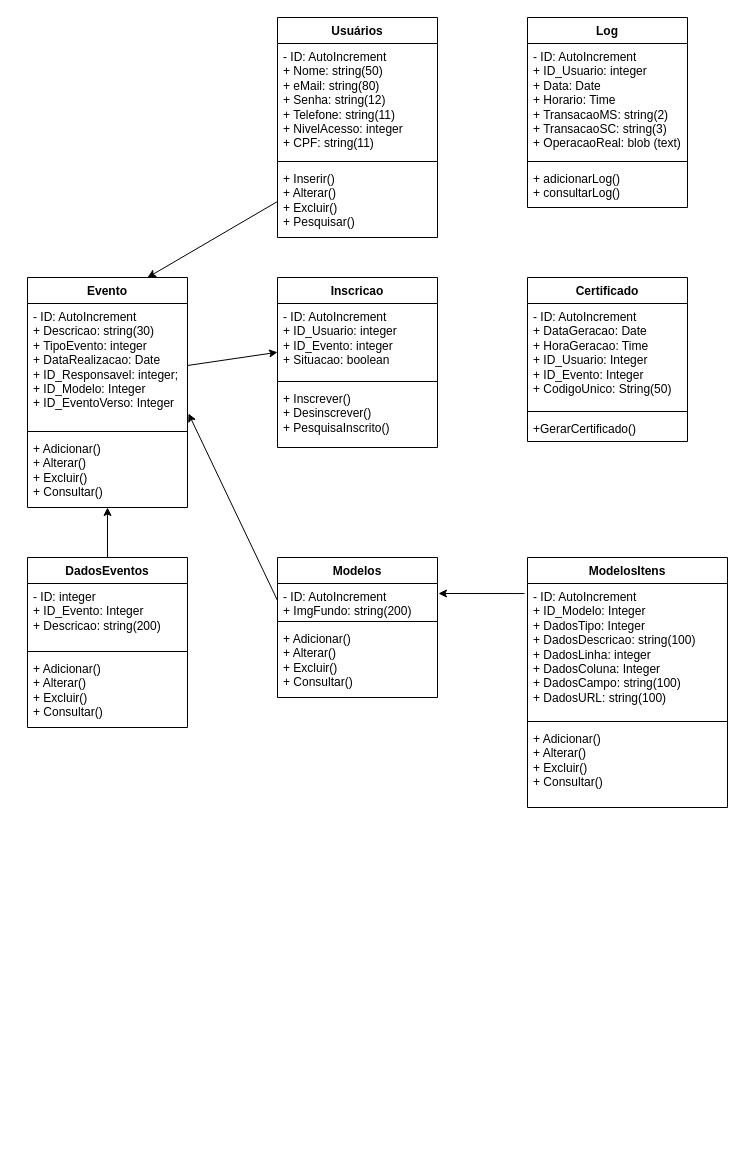
This is DiagramaClasses.drawio from DouglasRibeiro23/Certificados, a draw.io file, before an edit. Source tidied: cells renumbered, new cells numbered last; positions are measured from the earlier drawing's top-left corner, leaving out a move shared by most shapes. Both pictures are drawn from the tidied source at 100%, with x=0, y=0 at pixel (27, 17).
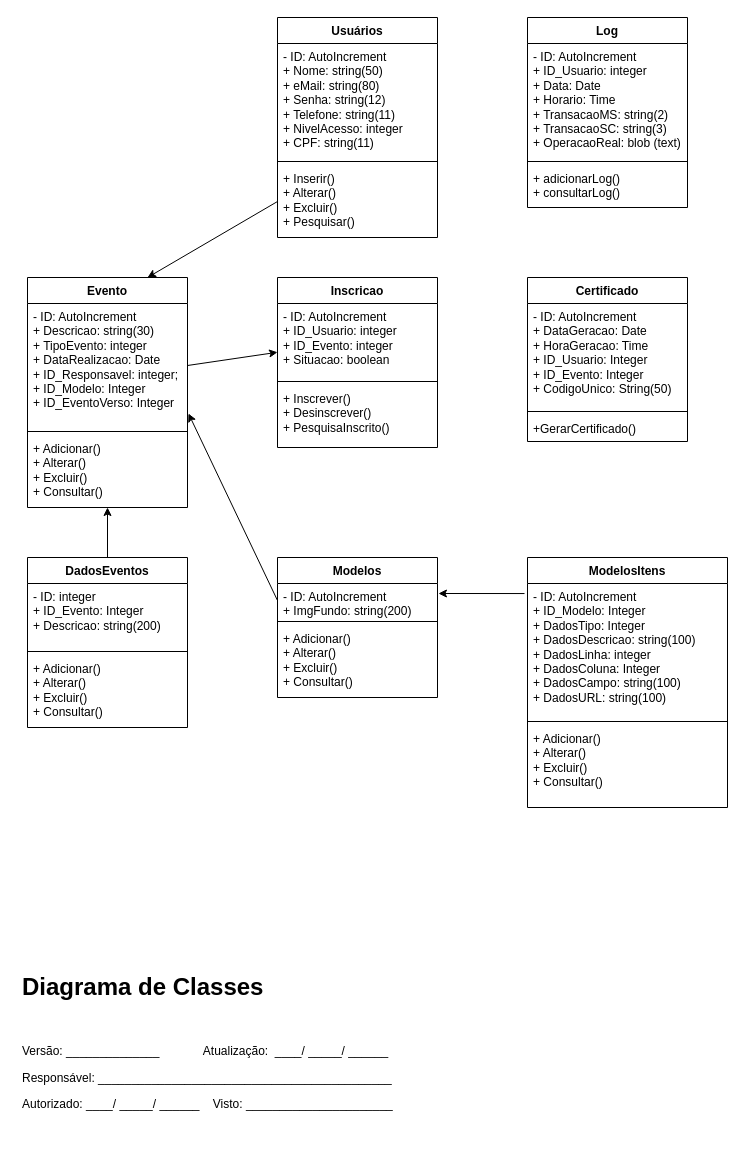
After the change.

The edit, as a diff of the source:
```diff
@@
+    <mxCell id="39" value="&lt;h1&gt;Diagrama de Classes&lt;/h1&gt;&lt;p&gt;&lt;br&gt;&lt;/p&gt;&lt;p&gt;Versão: ______________&amp;nbsp; &amp;nbsp; &amp;nbsp; &amp;nbsp; &amp;nbsp; &amp;nbsp; &amp;nbsp;Atualização:&amp;nbsp; ____/ _____/ ______&lt;/p&gt;&lt;p&gt;Responsável: ____________________________________________&lt;/p&gt;&lt;p&gt;&lt;/p&gt;Autorizado: ____/ _____/ ______&amp;nbsp; &amp;nbsp; Visto: ______________________" style="text;html=1;strokeColor=none;fillColor=none;spacing=5;spacingTop=-20;whiteSpace=wrap;overflow=hidden;rounded=0;" parent="1" vertex="1">
+      <mxGeometry x="-10" y="950" width="460" height="180" as="geometry" />
+    </mxCell>
```
